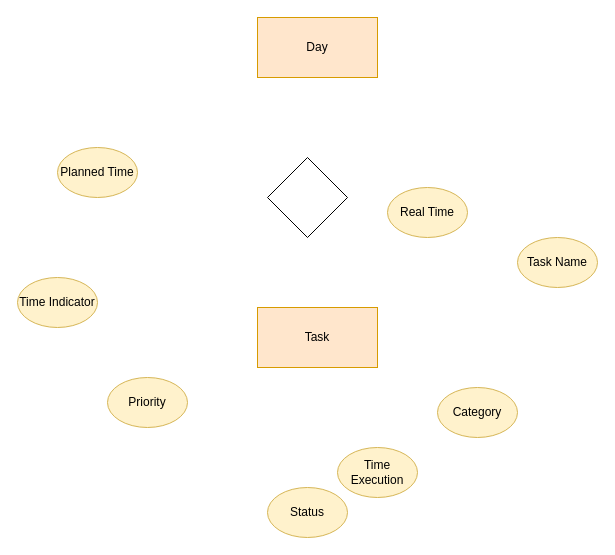
Before: Diagram bez tytułu.drawio in WojtekKRK/TaskList, a draw.io diagram. Source tidied: cells renumbered, new cells numbered last; positions are measured from the earlier drawing's top-left corner, leaving out a move shared by most shapes. Both pictures are drawn from the tidied source at 100%, with x=0, y=0 at pixel (17, 17).
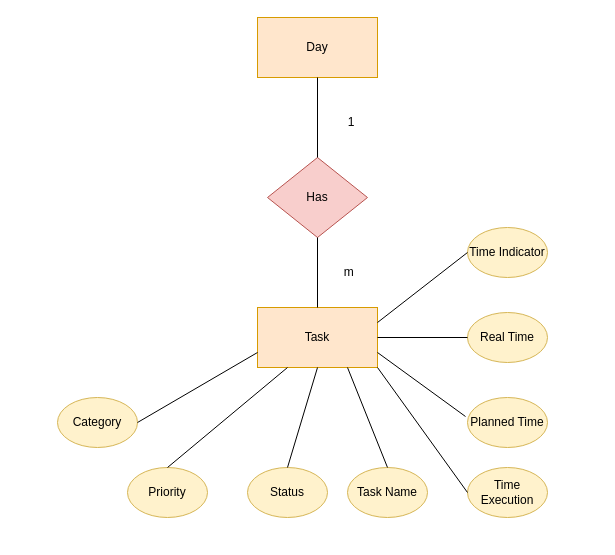
The same diagram, later.

Unchanged cells that the change refers to:
```xml
<mxCell id="2" value="Task" style="rounded=0;whiteSpace=wrap;html=1;fillColor=#ffe6cc;strokeColor=#d79b00;" parent="1" vertex="1">
  <mxGeometry x="240" y="290" width="120" height="60" as="geometry" />
</mxCell>
<mxCell id="11" value="Day" style="rounded=0;whiteSpace=wrap;html=1;fillColor=#ffe6cc;strokeColor=#d79b00;" parent="1" vertex="1">
  <mxGeometry x="240" width="120" height="60" as="geometry" />
</mxCell>
```

The edit, as a diff of the source:
```diff
@@
     <mxCell id="3" value="Planned Time" style="ellipse;whiteSpace=wrap;html=1;fillColor=#fff2cc;strokeColor=#d6b656;" parent="1" vertex="1">
-      <mxGeometry x="40" y="130" width="80" height="50" as="geometry" />
+      <mxGeometry x="450" y="380" width="80" height="50" as="geometry" />
     </mxCell>
     <mxCell id="4" value="Real Time" style="ellipse;whiteSpace=wrap;html=1;fillColor=#fff2cc;strokeColor=#d6b656;" parent="1" vertex="1">
-      <mxGeometry x="370" y="170" width="80" height="50" as="geometry" />
+      <mxGeometry x="450" y="295" width="80" height="50" as="geometry" />
     </mxCell>
     <mxCell id="5" value="Task Name" style="ellipse;whiteSpace=wrap;html=1;fillColor=#fff2cc;strokeColor=#d6b656;" parent="1" vertex="1">
-      <mxGeometry x="500" y="220" width="80" height="50" as="geometry" />
+      <mxGeometry x="330" y="450" width="80" height="50" as="geometry" />
     </mxCell>
     <mxCell id="6" value="Time Indicator" style="ellipse;whiteSpace=wrap;html=1;fillColor=#fff2cc;strokeColor=#d6b656;" parent="1" vertex="1">
-      <mxGeometry y="260" width="80" height="50" as="geometry" />
+      <mxGeometry x="450" y="210" width="80" height="50" as="geometry" />
     </mxCell>
     <mxCell id="7" value="Priority" style="ellipse;whiteSpace=wrap;html=1;fillColor=#fff2cc;strokeColor=#d6b656;" parent="1" vertex="1">
-      <mxGeometry x="90" y="360" width="80" height="50" as="geometry" />
+      <mxGeometry x="110" y="450" width="80" height="50" as="geometry" />
     </mxCell>
     <mxCell id="8" value="Time Execution" style="ellipse;whiteSpace=wrap;html=1;fillColor=#fff2cc;strokeColor=#d6b656;" parent="1" vertex="1">
-      <mxGeometry x="320" y="430" width="80" height="50" as="geometry" />
+      <mxGeometry x="450" y="450" width="80" height="50" as="geometry" />
     </mxCell>
     <mxCell id="9" value="Status" style="ellipse;whiteSpace=wrap;html=1;fillColor=#fff2cc;strokeColor=#d6b656;" parent="1" vertex="1">
-      <mxGeometry x="250" y="470" width="80" height="50" as="geometry" />
+      <mxGeometry x="230" y="450" width="80" height="50" as="geometry" />
     </mxCell>
     <mxCell id="10" value="Category" style="ellipse;whiteSpace=wrap;html=1;fillColor=#fff2cc;strokeColor=#d6b656;" parent="1" vertex="1">
-      <mxGeometry x="420" y="370" width="80" height="50" as="geometry" />
+      <mxGeometry x="40" y="380" width="80" height="50" as="geometry" />
     </mxCell>
@@
-    <mxCell id="12" style="rhombus;whiteSpace=wrap;html=1;" parent="1" vertex="1">
-      <mxGeometry x="250" y="140" width="80" height="80" as="geometry" />
+    <mxCell id="12" value="Has" style="rhombus;whiteSpace=wrap;html=1;fillColor=#f8cecc;strokeColor=#b85450;" parent="1" vertex="1">
+      <mxGeometry x="250" y="140" width="100" height="80" as="geometry" />
     </mxCell>
+    <mxCell id="13" style="endArrow=none;html=1;rounded=0;exitX=1;exitY=0.5;exitDx=0;exitDy=0;entryX=0;entryY=0.5;entryDx=0;entryDy=0;" parent="1" edge="1" source="2" target="4">
+      <mxGeometry relative="1" as="geometry" />
+    </mxCell>
+    <mxCell id="14" style="endArrow=none;html=1;rounded=0;entryX=-0.025;entryY=0.38;entryDx=0;entryDy=0;entryPerimeter=0;exitX=1;exitY=0.75;exitDx=0;exitDy=0;" parent="1" edge="1" source="2" target="3">
+      <mxGeometry relative="1" as="geometry" />
+    </mxCell>
+    <mxCell id="15" style="endArrow=none;html=1;rounded=0;entryX=1;entryY=1;entryDx=0;entryDy=0;exitX=0;exitY=0.5;exitDx=0;exitDy=0;" parent="1" edge="1" source="8" target="2">
+      <mxGeometry relative="1" as="geometry" />
+    </mxCell>
+    <mxCell id="16" style="endArrow=none;html=1;rounded=0;entryX=0.5;entryY=0;entryDx=0;entryDy=0;exitX=0.75;exitY=1;exitDx=0;exitDy=0;" parent="1" edge="1" source="2" target="5">
+      <mxGeometry relative="1" as="geometry" />
+    </mxCell>
+    <mxCell id="17" style="endArrow=none;html=1;rounded=0;entryX=0.5;entryY=0;entryDx=0;entryDy=0;exitX=0.5;exitY=1;exitDx=0;exitDy=0;" parent="1" edge="1" source="2" target="9">
+      <mxGeometry relative="1" as="geometry" />
+    </mxCell>
+    <mxCell id="18" style="endArrow=none;html=1;rounded=0;entryX=0;entryY=0.5;entryDx=0;entryDy=0;exitX=1;exitY=0.25;exitDx=0;exitDy=0;" parent="1" edge="1" source="2" target="6">
+      <mxGeometry relative="1" as="geometry" />
+    </mxCell>
+    <mxCell id="19" style="endArrow=none;html=1;rounded=0;entryX=0.5;entryY=0;entryDx=0;entryDy=0;exitX=0.25;exitY=1;exitDx=0;exitDy=0;" parent="1" edge="1" source="2" target="7">
+      <mxGeometry relative="1" as="geometry" />
+    </mxCell>
+    <mxCell id="20" style="endArrow=none;html=1;rounded=0;entryX=1;entryY=0.5;entryDx=0;entryDy=0;exitX=0;exitY=0.75;exitDx=0;exitDy=0;" parent="1" edge="1" source="2" target="10">
+      <mxGeometry relative="1" as="geometry" />
+    </mxCell>
+    <mxCell id="21" style="endArrow=none;html=1;rounded=0;entryX=0.5;entryY=1;entryDx=0;entryDy=0;exitX=0.5;exitY=0;exitDx=0;exitDy=0;" parent="1" edge="1" source="2" target="12">
+      <mxGeometry relative="1" as="geometry" />
+    </mxCell>
+    <mxCell id="22" style="endArrow=none;html=1;rounded=0;entryX=0.5;entryY=1;entryDx=0;entryDy=0;exitX=0.5;exitY=0;exitDx=0;exitDy=0;" parent="1" edge="1" source="12" target="11">
+      <mxGeometry relative="1" as="geometry" />
+    </mxCell>
+    <mxCell id="23" value="&amp;nbsp;m" style="text;html=1;strokeColor=none;fillColor=none;align=center;verticalAlign=middle;whiteSpace=wrap;rounded=0;" parent="1" vertex="1">
+      <mxGeometry x="300" y="240" width="60" height="30" as="geometry" />
+    </mxCell>
+    <mxCell id="24" value="1" style="text;html=1;strokeColor=none;fillColor=none;align=center;verticalAlign=middle;whiteSpace=wrap;rounded=0;" parent="1" vertex="1">
+      <mxGeometry x="304" y="90" width="60" height="30" as="geometry" />
+    </mxCell>
```
